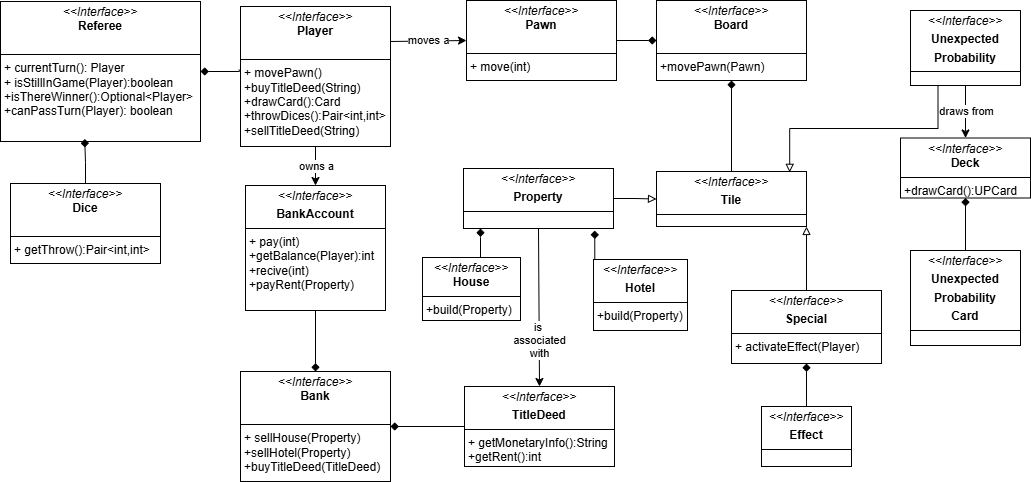
This is report/img/entity_diagram.png from unibo-oop-projects/OOP24-AlessioMinnitiAlessioMinnitistudi-MartinaRavaioli-AlessioMinniti-DavideRossi-LucasPrati-mpoly, a draw.io export, as it was before one commit. Source tidied: cells renumbered, new cells last; positions are measured from the earlier drawing's top-left corner, leaving out a move shared by most shapes.
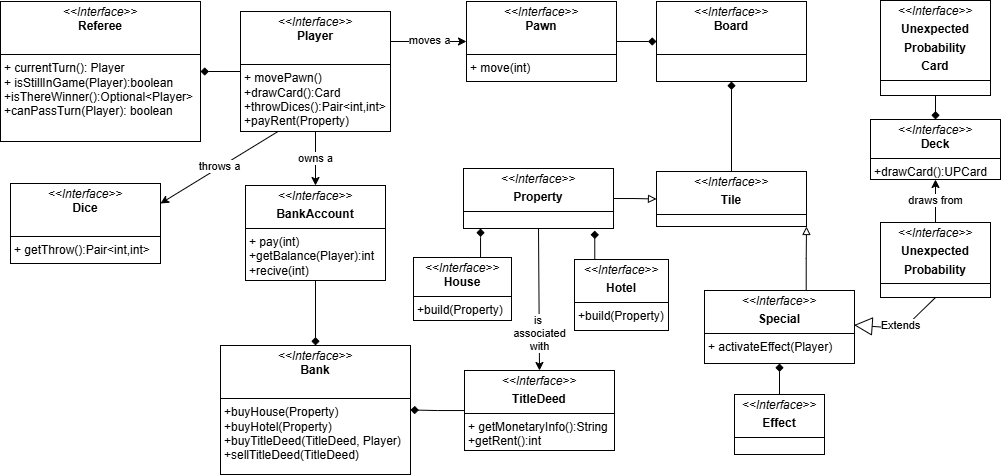
The same diagram one commit later.

Commit message:
changing entity diagram

The edit, as a diff of the source:
```diff
@@ -7,4 +7,4 @@
     </mxCell>
-    <mxCell id="3" value="&lt;p style=&quot;margin:0px;margin-top:4px;text-align:center;&quot;&gt;&lt;i&gt;&amp;lt;&amp;lt;Interface&amp;gt;&amp;gt;&lt;/i&gt;&lt;br&gt;&lt;b&gt;Player&lt;/b&gt;&lt;/p&gt;&lt;p style=&quot;margin:0px;margin-left:4px;&quot;&gt;&lt;br&gt;&lt;/p&gt;&lt;hr size=&quot;1&quot; style=&quot;border-style:solid;&quot;&gt;&lt;p style=&quot;margin:0px;margin-left:4px;&quot;&gt;+ movePawn()&lt;/p&gt;&lt;p style=&quot;margin:0px;margin-left:4px;&quot;&gt;+buyTitleDeed(String)&lt;/p&gt;&lt;p style=&quot;margin:0px;margin-left:4px;&quot;&gt;+drawCard():Card&lt;/p&gt;&lt;p style=&quot;margin:0px;margin-left:4px;&quot;&gt;+throwDices():Pair&amp;lt;int,int&amp;gt;&lt;/p&gt;&lt;p style=&quot;margin:0px;margin-left:4px;&quot;&gt;+sellTitleDeed(String)&lt;/p&gt;" style="verticalAlign=top;align=left;overflow=fill;html=1;whiteSpace=wrap;" parent="1" vertex="1">
-      <mxGeometry x="240" y="6" width="150" height="140" as="geometry" />
+    <mxCell id="3" value="&lt;p style=&quot;margin:0px;margin-top:4px;text-align:center;&quot;&gt;&lt;i&gt;&amp;lt;&amp;lt;Interface&amp;gt;&amp;gt;&lt;/i&gt;&lt;br&gt;&lt;b&gt;Player&lt;/b&gt;&lt;/p&gt;&lt;p style=&quot;margin:0px;margin-left:4px;&quot;&gt;&lt;br&gt;&lt;/p&gt;&lt;hr size=&quot;1&quot; style=&quot;border-style:solid;&quot;&gt;&lt;p style=&quot;margin:0px;margin-left:4px;&quot;&gt;+ movePawn()&lt;/p&gt;&lt;p style=&quot;margin:0px;margin-left:4px;&quot;&gt;&lt;span style=&quot;background-color: transparent; color: light-dark(rgb(0, 0, 0), rgb(255, 255, 255));&quot;&gt;+drawCard():Card&lt;/span&gt;&lt;/p&gt;&lt;p style=&quot;margin:0px;margin-left:4px;&quot;&gt;+throwDices():Pair&amp;lt;int,int&amp;gt;&lt;/p&gt;&lt;p style=&quot;margin:0px;margin-left:4px;&quot;&gt;+payRent(Property)&lt;/p&gt;" style="verticalAlign=top;align=left;overflow=fill;html=1;whiteSpace=wrap;" parent="1" vertex="1">
+      <mxGeometry x="240" y="11" width="150" height="120" as="geometry" />
     </mxCell>
@@ -13,11 +13,4 @@
     </mxCell>
-    <mxCell id="5" style="edgeStyle=orthogonalEdgeStyle;rounded=0;jettySize=auto;html=1;exitX=0.5;exitY=0;exitDx=0;exitDy=0;entryX=0.421;entryY=0.982;entryDx=0;entryDy=0;entryPerimeter=0;endArrow=diamond;endFill=1;" parent="1" edge="1" source="4" target="2">
-      <mxGeometry relative="1" as="geometry" />
-    </mxCell>
-    <mxCell id="6" style="edgeStyle=orthogonalEdgeStyle;rounded=0;jettySize=auto;html=1;exitX=-0.008;exitY=0.451;exitDx=0;exitDy=0;endArrow=diamond;endFill=1;exitPerimeter=0;" parent="1" edge="1" source="3" target="2">
-      <mxGeometry relative="1" as="geometry">
-        <Array as="points">
-          <mxPoint x="239" y="71" />
-        </Array>
-      </mxGeometry>
+    <mxCell id="6" style="edgeStyle=orthogonalEdgeStyle;rounded=0;jettySize=auto;html=1;exitX=0;exitY=0.5;exitDx=0;exitDy=0;endArrow=diamond;endFill=1;" parent="1" edge="1" source="3" target="2">
+      <mxGeometry relative="1" as="geometry" />
     </mxCell>
@@ -27,6 +20,6 @@
     <mxCell id="8" value="&lt;p style=&quot;margin:0px;margin-top:4px;text-align:center;&quot;&gt;&lt;i&gt;&amp;lt;&amp;lt;Interface&amp;gt;&amp;gt;&lt;/i&gt;&lt;br&gt;&lt;b&gt;Pawn&lt;/b&gt;&lt;/p&gt;&lt;p style=&quot;margin:0px;margin-left:4px;&quot;&gt;&lt;br&gt;&lt;/p&gt;&lt;hr size=&quot;1&quot; style=&quot;border-style:solid;&quot;&gt;&lt;p style=&quot;margin:0px;margin-left:4px;&quot;&gt;+ move(int)&lt;/p&gt;" style="verticalAlign=top;align=left;overflow=fill;html=1;whiteSpace=wrap;" parent="1" vertex="1">
-      <mxGeometry x="466" width="150" height="80" as="geometry" />
+      <mxGeometry x="466" y="1" width="150" height="80" as="geometry" />
     </mxCell>
-    <mxCell id="9" value="&lt;p style=&quot;margin:0px;margin-top:4px;text-align:center;&quot;&gt;&lt;i&gt;&amp;lt;&amp;lt;Interface&amp;gt;&amp;gt;&lt;/i&gt;&lt;br&gt;&lt;b&gt;Board&lt;/b&gt;&lt;/p&gt;&lt;p style=&quot;margin:0px;margin-left:4px;&quot;&gt;&lt;br&gt;&lt;/p&gt;&lt;hr size=&quot;1&quot; style=&quot;border-style:solid;&quot;&gt;&lt;p style=&quot;margin:0px;margin-left:4px;&quot;&gt;+movePawn(Pawn)&lt;/p&gt;" style="verticalAlign=top;align=left;overflow=fill;html=1;whiteSpace=wrap;" parent="1" vertex="1">
-      <mxGeometry x="656" width="150" height="80" as="geometry" />
+    <mxCell id="9" value="&lt;p style=&quot;margin:0px;margin-top:4px;text-align:center;&quot;&gt;&lt;i&gt;&amp;lt;&amp;lt;Interface&amp;gt;&amp;gt;&lt;/i&gt;&lt;br&gt;&lt;b&gt;Board&lt;/b&gt;&lt;/p&gt;&lt;p style=&quot;margin:0px;margin-left:4px;&quot;&gt;&lt;br&gt;&lt;/p&gt;&lt;hr size=&quot;1&quot; style=&quot;border-style:solid;&quot;&gt;&lt;p style=&quot;margin:0px;margin-left:4px;&quot;&gt;&lt;br&gt;&lt;/p&gt;" style="verticalAlign=top;align=left;overflow=fill;html=1;whiteSpace=wrap;" parent="1" vertex="1">
+      <mxGeometry x="656" y="1" width="150" height="80" as="geometry" />
     </mxCell>
@@ -35,7 +28,7 @@
     </mxCell>
-    <mxCell id="11" value="&lt;p style=&quot;margin:0px;margin-top:4px;text-align:center;&quot;&gt;&lt;i&gt;&amp;lt;&amp;lt;Interface&amp;gt;&amp;gt;&lt;/i&gt;&lt;/p&gt;&lt;p style=&quot;margin:0px;margin-top:4px;text-align:center;&quot;&gt;&lt;b&gt;BankAccount&lt;/b&gt;&lt;br&gt;&lt;/p&gt;&lt;hr size=&quot;1&quot; style=&quot;border-style:solid;&quot;&gt;&lt;p style=&quot;margin:0px;margin-left:4px;&quot;&gt;+ pay(int)&lt;/p&gt;&lt;p style=&quot;margin:0px;margin-left:4px;&quot;&gt;+getBalance(Player):int&lt;/p&gt;&lt;p style=&quot;margin:0px;margin-left:4px;&quot;&gt;+recive(int)&lt;/p&gt;&lt;p style=&quot;margin:0px;margin-left:4px;&quot;&gt;+payRent(Property)&lt;/p&gt;" style="verticalAlign=top;align=left;overflow=fill;html=1;whiteSpace=wrap;" parent="1" vertex="1">
-      <mxGeometry x="245" y="185" width="140" height="125" as="geometry" />
+    <mxCell id="11" value="&lt;p style=&quot;margin:0px;margin-top:4px;text-align:center;&quot;&gt;&lt;i&gt;&amp;lt;&amp;lt;Interface&amp;gt;&amp;gt;&lt;/i&gt;&lt;/p&gt;&lt;p style=&quot;margin:0px;margin-top:4px;text-align:center;&quot;&gt;&lt;b&gt;BankAccount&lt;/b&gt;&lt;br&gt;&lt;/p&gt;&lt;hr size=&quot;1&quot; style=&quot;border-style:solid;&quot;&gt;&lt;p style=&quot;margin:0px;margin-left:4px;&quot;&gt;+ pay(int)&lt;/p&gt;&lt;p style=&quot;margin:0px;margin-left:4px;&quot;&gt;+getBalance(Player):int&lt;/p&gt;&lt;p style=&quot;margin:0px;margin-left:4px;&quot;&gt;+recive(int)&lt;/p&gt;&lt;p style=&quot;margin:0px;margin-left:4px;&quot;&gt;&lt;br&gt;&lt;/p&gt;" style="verticalAlign=top;align=left;overflow=fill;html=1;whiteSpace=wrap;" parent="1" vertex="1">
+      <mxGeometry x="245" y="185" width="140" height="95" as="geometry" />
     </mxCell>
-    <mxCell id="12" value="&lt;p style=&quot;margin:0px;margin-top:4px;text-align:center;&quot;&gt;&lt;i&gt;&amp;lt;&amp;lt;Interface&amp;gt;&amp;gt;&lt;/i&gt;&lt;br&gt;&lt;b&gt;Bank&lt;/b&gt;&lt;/p&gt;&lt;p style=&quot;margin:0px;margin-left:4px;&quot;&gt;&lt;br&gt;&lt;/p&gt;&lt;hr size=&quot;1&quot; style=&quot;border-style:solid;&quot;&gt;&lt;p style=&quot;margin:0px;margin-left:4px;&quot;&gt;+ sellHouse(Property)&lt;/p&gt;&lt;p style=&quot;margin:0px;margin-left:4px;&quot;&gt;+sellHotel(Property)&lt;/p&gt;&lt;p style=&quot;margin:0px;margin-left:4px;&quot;&gt;+buyTitleDeed(TitleDeed)&lt;/p&gt;" style="verticalAlign=top;align=left;overflow=fill;html=1;whiteSpace=wrap;" parent="1" vertex="1">
-      <mxGeometry x="240" y="371" width="150" height="110" as="geometry" />
+    <mxCell id="12" value="&lt;p style=&quot;margin:0px;margin-top:4px;text-align:center;&quot;&gt;&lt;i&gt;&amp;lt;&amp;lt;Interface&amp;gt;&amp;gt;&lt;/i&gt;&lt;br&gt;&lt;b&gt;Bank&lt;/b&gt;&lt;/p&gt;&lt;p style=&quot;margin:0px;margin-left:4px;&quot;&gt;&lt;br&gt;&lt;/p&gt;&lt;hr size=&quot;1&quot; style=&quot;border-style:solid;&quot;&gt;&lt;p style=&quot;margin:0px;margin-left:4px;&quot;&gt;+buyHouse(Property)&lt;/p&gt;&lt;p style=&quot;margin:0px;margin-left:4px;&quot;&gt;+buyHotel(Property)&lt;/p&gt;&lt;p style=&quot;margin:0px;margin-left:4px;&quot;&gt;+buyTitleDeed(TitleDeed, Player)&lt;/p&gt;&lt;p style=&quot;margin:0px;margin-left:4px;&quot;&gt;+sellTitleDeed(&lt;span style=&quot;background-color: transparent; color: light-dark(rgb(0, 0, 0), rgb(255, 255, 255));&quot;&gt;TitleDeed&lt;/span&gt;&lt;span style=&quot;background-color: transparent; color: light-dark(rgb(0, 0, 0), rgb(255, 255, 255));&quot;&gt;)&lt;/span&gt;&lt;/p&gt;" style="verticalAlign=top;align=left;overflow=fill;html=1;whiteSpace=wrap;" parent="1" vertex="1">
+      <mxGeometry x="220" y="345" width="190" height="129" as="geometry" />
     </mxCell>
@@ -45,3 +38,3 @@
     <mxCell id="14" value="&lt;p style=&quot;margin:0px;margin-top:4px;text-align:center;&quot;&gt;&lt;i&gt;&amp;lt;&amp;lt;Interface&amp;gt;&amp;gt;&lt;/i&gt;&lt;br&gt;&lt;/p&gt;&lt;p style=&quot;margin:0px;margin-top:4px;text-align:center;&quot;&gt;&lt;b&gt;TitleDeed&lt;/b&gt;&lt;/p&gt;&lt;hr size=&quot;1&quot; style=&quot;border-style:solid;&quot;&gt;&lt;p style=&quot;margin:0px;margin-left:4px;&quot;&gt;+ getMonetaryInfo():String&lt;/p&gt;&lt;p style=&quot;margin:0px;margin-left:4px;&quot;&gt;+getRent():int&lt;/p&gt;" style="verticalAlign=top;align=left;overflow=fill;html=1;whiteSpace=wrap;" parent="1" vertex="1">
-      <mxGeometry x="464" y="386" width="150" height="80" as="geometry" />
+      <mxGeometry x="464" y="370" width="150" height="80" as="geometry" />
     </mxCell>
@@ -53,3 +46,3 @@
     </mxCell>
-    <mxCell id="17" style="edgeStyle=orthogonalEdgeStyle;rounded=0;jettySize=auto;html=1;endArrow=block;endFill=0;entryX=1;entryY=1;entryDx=0;entryDy=0;" parent="1" edge="1" source="30" target="16">
+    <mxCell id="17" style="edgeStyle=orthogonalEdgeStyle;rounded=0;jettySize=auto;html=1;endArrow=block;endFill=0;entryX=1;entryY=1;entryDx=0;entryDy=0;exitX=0.678;exitY=0.013;exitDx=0;exitDy=0;exitPerimeter=0;" parent="1" edge="1" source="30" target="16">
       <mxGeometry relative="1" as="geometry" />
@@ -57,3 +50,3 @@
     <mxCell id="18" value="&lt;p style=&quot;margin:0px;margin-top:4px;text-align:center;&quot;&gt;&lt;i&gt;&amp;lt;&amp;lt;Interface&amp;gt;&amp;gt;&lt;/i&gt;&lt;/p&gt;&lt;p style=&quot;margin:0px;margin-top:4px;text-align:center;&quot;&gt;&lt;b&gt;Unexpected&lt;/b&gt;&lt;/p&gt;&lt;p style=&quot;margin:0px;margin-top:4px;text-align:center;&quot;&gt;&lt;b&gt;Probability&lt;/b&gt;&lt;br&gt;&lt;/p&gt;&lt;hr size=&quot;1&quot; style=&quot;border-style:solid;&quot;&gt;&lt;p style=&quot;margin:0px;margin-left:4px;&quot;&gt;&lt;br&gt;&lt;/p&gt;" style="verticalAlign=top;align=left;overflow=fill;html=1;whiteSpace=wrap;" parent="1" vertex="1">
-      <mxGeometry x="910" y="10" width="110" height="75" as="geometry" />
+      <mxGeometry x="880" y="222" width="110" height="75" as="geometry" />
     </mxCell>
@@ -74,6 +67,6 @@
     <mxCell id="22" value="&lt;p style=&quot;margin:0px;margin-top:4px;text-align:center;&quot;&gt;&lt;i&gt;&amp;lt;&amp;lt;Interface&amp;gt;&amp;gt;&lt;/i&gt;&lt;br&gt;&lt;b&gt;House&lt;/b&gt;&lt;/p&gt;&lt;hr size=&quot;1&quot; style=&quot;border-style:solid;&quot;&gt;&lt;p style=&quot;margin:0px;margin-left:4px;&quot;&gt;+build(Property)&lt;/p&gt;" style="verticalAlign=top;align=left;overflow=fill;html=1;whiteSpace=wrap;" parent="1" vertex="1">
-      <mxGeometry x="422" y="257" width="98" height="63" as="geometry" />
+      <mxGeometry x="413" y="257" width="98" height="63" as="geometry" />
     </mxCell>
     <mxCell id="23" value="&lt;p style=&quot;margin:0px;margin-top:4px;text-align:center;&quot;&gt;&lt;i&gt;&amp;lt;&amp;lt;Interface&amp;gt;&amp;gt;&lt;/i&gt;&lt;/p&gt;&lt;p style=&quot;margin:0px;margin-top:4px;text-align:center;&quot;&gt;&lt;b&gt;Hotel&lt;/b&gt;&lt;br&gt;&lt;/p&gt;&lt;hr size=&quot;1&quot; style=&quot;border-style:solid;&quot;&gt;&lt;p style=&quot;margin:0px;margin-left:4px;&quot;&gt;+build(Property)&lt;/p&gt;" style="verticalAlign=top;align=left;overflow=fill;html=1;whiteSpace=wrap;" parent="1" vertex="1">
-      <mxGeometry x="593" y="259" width="94" height="71" as="geometry" />
+      <mxGeometry x="574" y="259" width="94" height="71" as="geometry" />
     </mxCell>
@@ -83,6 +76,6 @@
     <mxCell id="25" value="&lt;p style=&quot;margin:0px;margin-top:4px;text-align:center;&quot;&gt;&lt;i&gt;&amp;lt;&amp;lt;Interface&amp;gt;&amp;gt;&lt;/i&gt;&lt;/p&gt;&lt;p style=&quot;margin:0px;margin-top:4px;text-align:center;&quot;&gt;&lt;b&gt;Effect&lt;/b&gt;&lt;br&gt;&lt;/p&gt;&lt;hr size=&quot;1&quot; style=&quot;border-style:solid;&quot;&gt;&lt;p style=&quot;margin:0px;margin-left:4px;&quot;&gt;&lt;br&gt;&lt;/p&gt;" style="verticalAlign=top;align=left;overflow=fill;html=1;whiteSpace=wrap;" parent="1" vertex="1">
-      <mxGeometry x="761" y="406" width="90" height="60" as="geometry" />
+      <mxGeometry x="734" y="394" width="90" height="60" as="geometry" />
     </mxCell>
     <mxCell id="26" value="&lt;p style=&quot;margin:0px;margin-top:4px;text-align:center;&quot;&gt;&lt;i&gt;&amp;lt;&amp;lt;Interface&amp;gt;&amp;gt;&lt;/i&gt;&lt;br&gt;&lt;b&gt;Deck&lt;/b&gt;&lt;/p&gt;&lt;hr size=&quot;1&quot; style=&quot;border-style:solid;&quot;&gt;&lt;p style=&quot;margin:0px;margin-left:4px;&quot;&gt;+drawCard():UPCard&lt;/p&gt;" style="verticalAlign=top;align=left;overflow=fill;html=1;whiteSpace=wrap;" parent="1" vertex="1">
-      <mxGeometry x="900" y="137.5" width="130" height="60" as="geometry" />
+      <mxGeometry x="870" y="119" width="130" height="60" as="geometry" />
     </mxCell>
@@ -92,3 +85,3 @@
     <mxCell id="28" value="&lt;p style=&quot;margin:0px;margin-top:4px;text-align:center;&quot;&gt;&lt;i&gt;&amp;lt;&amp;lt;Interface&amp;gt;&amp;gt;&lt;/i&gt;&lt;/p&gt;&lt;p style=&quot;margin:0px;margin-top:4px;text-align:center;&quot;&gt;&lt;b&gt;Unexpected&lt;/b&gt;&lt;/p&gt;&lt;p style=&quot;margin:0px;margin-top:4px;text-align:center;&quot;&gt;&lt;b&gt;Probability&lt;/b&gt;&lt;br&gt;&lt;/p&gt;&lt;p style=&quot;margin:0px;margin-top:4px;text-align:center;&quot;&gt;&lt;b&gt;Card&lt;/b&gt;&lt;/p&gt;&lt;hr size=&quot;1&quot; style=&quot;border-style:solid;&quot;&gt;&lt;p style=&quot;margin:0px;margin-left:4px;&quot;&gt;&lt;br&gt;&lt;/p&gt;" style="verticalAlign=top;align=left;overflow=fill;html=1;whiteSpace=wrap;" parent="1" vertex="1">
-      <mxGeometry x="910" y="250" width="110" height="95" as="geometry" />
+      <mxGeometry x="880" width="110" height="95" as="geometry" />
     </mxCell>
@@ -98,7 +91,4 @@
     <mxCell id="30" value="&lt;p style=&quot;margin:0px;margin-top:4px;text-align:center;&quot;&gt;&lt;i&gt;&amp;lt;&amp;lt;Interface&amp;gt;&amp;gt;&lt;/i&gt;&lt;/p&gt;&lt;p style=&quot;margin:0px;margin-top:4px;text-align:center;&quot;&gt;&lt;span style=&quot;color: rgba(0, 0, 0, 0); font-family: monospace; font-size: 0px; text-wrap-mode: nowrap; background-color: transparent; text-align: left;&quot;&gt;%3CmxGraphModel%3E%3Croot%3E%3CmxCell%20id%3D%220%22%2F%3E%3CmxCell%20id%3D%221%22%20parent%3D%220%22%2F%3E%3CmxCell%20id%3D%222%22%20value%3D%22%26lt%3Bp%20style%3D%26quot%3Bmargin%3A0px%3Bmargin-top%3A4px%3Btext-align%3Acenter%3B%26quot%3B%26gt%3B%26lt%3Bi%26gt%3B%26amp%3Blt%3B%26amp%3Blt%3BInterface%26amp%3Bgt%3B%26amp%3Bgt%3B%26lt%3B%2Fi%26gt%3B%26lt%3Bbr%26gt%3B%26lt%3Bb%26gt%3BDice%26lt%3B%2Fb%26gt%3B%26lt%3B%2Fp%26gt%3B%26lt%3Bp%20style%3D%26quot%3Bmargin%3A0px%3Bmargin-left%3A4px%3B%26quot%3B%26gt%3B%26lt%3Bbr%26gt%3B%26lt%3B%2Fp%26gt%3B%26lt%3Bhr%20size%3D%26quot%3B1%26quot%3B%20style%3D%26quot%3Bborder-style%3Asolid%3B%26quot%3B%26gt%3B%26lt%3Bp%20style%3D%26quot%3Bmargin%3A0px%3Bmargin-left%3A4px%3B%26quot%3B%26gt%3B%2B%20getThrow()%3APair%26amp%3Blt%3Bint%2Cint%26amp%3Bgt%3B%26lt%3B%2Fp%26gt%3B%22%20style%3D%22verticalAlign%3Dtop%3Balign%3Dleft%3Boverflow%3Dfill%3Bhtml%3D1%3BwhiteSpace%3Dwrap%3B%22%20vertex%3D%221%22%20parent%3D%221%22%3E%3CmxGeometry%20x%3D%22-300%22%20y%3D%22207%22%20width%3D%22150%22%20height%3D%2280%22%20as%3D%22geometry%22%2F%3E%3C%2FmxCell%3E%3C%2Froot%3E%3C%2FmxGraphModel%3E&lt;/span&gt;&lt;span style=&quot;color: rgba(0, 0, 0, 0); font-family: monospace; font-size: 0px; text-wrap-mode: nowrap; background-color: transparent; text-align: left;&quot;&gt;%3CmxGraphModel%3E%3Croot%3E%3CmxCell%20id%3D%220%22%2F%3E%3CmxCell%20id%3D%221%22%20parent%3D%220%22%2F%3E%3CmxCell%20id%3D%222%22%20value%3D%22%26lt%3Bp%20style%3D%26quot%3Bmargin%3A0px%3Bmargin-top%3A4px%3Btext-align%3Acenter%3B%26quot%3B%26gt%3B%26lt%3Bi%26gt%3B%26amp%3Blt%3B%26amp%3Blt%3BInterface%26amp%3Bgt%3B%26amp%3Bgt%3B%26lt%3B%2Fi%26gt%3B%26lt%3Bbr%26gt%3B%26lt%3Bb%26gt%3BDice%26lt%3B%2Fb%26gt%3B%26lt%3B%2Fp%26gt%3B%26lt%3Bp%20style%3D%26quot%3Bmargin%3A0px%3Bmargin-left%3A4px%3B%26quot%3B%26gt%3B%26lt%3Bbr%26gt%3B%26lt%3B%2Fp%26gt%3B%26lt%3Bhr%20size%3D%26quot%3B1%26quot%3B%20style%3D%26quot%3Bborder-style%3Asolid%3B%26quot%3B%26gt%3B%26lt%3Bp%20style%3D%26quot%3Bmargin%3A0px%3Bmargin-left%3A4px%3B%26quot%3B%26gt%3B%2B%20getThrow()%3APair%26amp%3Blt%3Bint%2Cint%26amp%3Bgt%3B%26lt%3B%2Fp%26gt%3B%22%20style%3D%22verticalAlign%3Dtop%3Balign%3Dleft%3Boverflow%3Dfill%3Bhtml%3D1%3BwhiteSpace%3Dwrap%3B%22%20vertex%3D%221%22%20parent%3D%221%22%3E%3CmxGeometry%20x%3D%22-300%22%20y%3D%22207%22%20width%3D%22150%22%20height%3D%2280%22%20as%3D%22geometry%22%2F%3E%3C%2FmxCell%3E%3C%2Froot%3E%3C%2FmxGraphModel%3E&lt;/span&gt;&lt;b style=&quot;background-color: transparent; color: light-dark(rgb(0, 0, 0), rgb(255, 255, 255));&quot;&gt;Special&lt;/b&gt;&lt;/p&gt;&lt;hr size=&quot;1&quot; style=&quot;border-style:solid;&quot;&gt;&lt;p style=&quot;margin:0px;margin-left:4px;&quot;&gt;+ activateEffect(Player)&lt;/p&gt;" style="verticalAlign=top;align=left;overflow=fill;html=1;whiteSpace=wrap;" parent="1" vertex="1">
-      <mxGeometry x="731" y="290" width="150" height="73" as="geometry" />
+      <mxGeometry x="704" y="290" width="150" height="73" as="geometry" />
     </mxCell>
-    <mxCell id="31" style="edgeStyle=orthogonalEdgeStyle;rounded=0;jettySize=auto;html=1;endArrow=block;endFill=0;entryX=0.888;entryY=0.015;entryDx=0;entryDy=0;entryPerimeter=0;exitX=0.25;exitY=1;exitDx=0;exitDy=0;" parent="1" edge="1" source="18" target="16">
-      <mxGeometry relative="1" as="geometry" />
-    </mxCell>
     <mxCell id="32" style="endArrow=classic;html=1;rounded=0;exitX=0.5;exitY=1;exitDx=0;exitDy=0;entryX=0.5;entryY=0;entryDx=0;entryDy=0;" parent="1" edge="1" source="20" target="14">
@@ -127,3 +117,3 @@
     </mxCell>
-    <mxCell id="38" style="endArrow=classic;html=1;rounded=0;exitX=0.5;exitY=1;exitDx=0;exitDy=0;entryX=0.5;entryY=0;entryDx=0;entryDy=0;" parent="1" edge="1" source="18" target="26">
+    <mxCell id="38" style="endArrow=classic;html=1;rounded=0;exitX=0.5;exitY=0;exitDx=0;exitDy=0;entryX=0.5;entryY=1;entryDx=0;entryDy=0;" parent="1" edge="1" source="18" target="26">
       <mxGeometry relative="1" as="geometry" />
@@ -135,2 +125,17 @@
     </mxCell>
+    <mxCell id="40" style="endArrow=classic;html=1;rounded=0;exitX=0.25;exitY=1;exitDx=0;exitDy=0;entryX=1;entryY=0.25;entryDx=0;entryDy=0;" parent="1" edge="1" source="3" target="4">
+      <mxGeometry relative="1" as="geometry" />
+    </mxCell>
+    <mxCell id="41" value="throws a" style="edgeLabel;html=1;align=center;verticalAlign=middle;" parent="40" vertex="1">
+      <mxGeometry relative="1" as="geometry">
+        <mxPoint y="-1" as="offset" />
+      </mxGeometry>
+    </mxCell>
+    <mxCell id="42" value="Extends" style="endArrow=block;endSize=16;endFill=0;html=1;rounded=0;exitX=0.5;exitY=1;exitDx=0;exitDy=0;entryX=0.997;entryY=0.474;entryDx=0;entryDy=0;entryPerimeter=0;" parent="1" edge="1" source="18" target="30">
+      <mxGeometry x="0.02" y="-3" relative="1" as="geometry">
+        <Array as="points">
+          <mxPoint x="903" y="328.1" />
+        </Array>
+      </mxGeometry>
+    </mxCell>
   </root>
```
